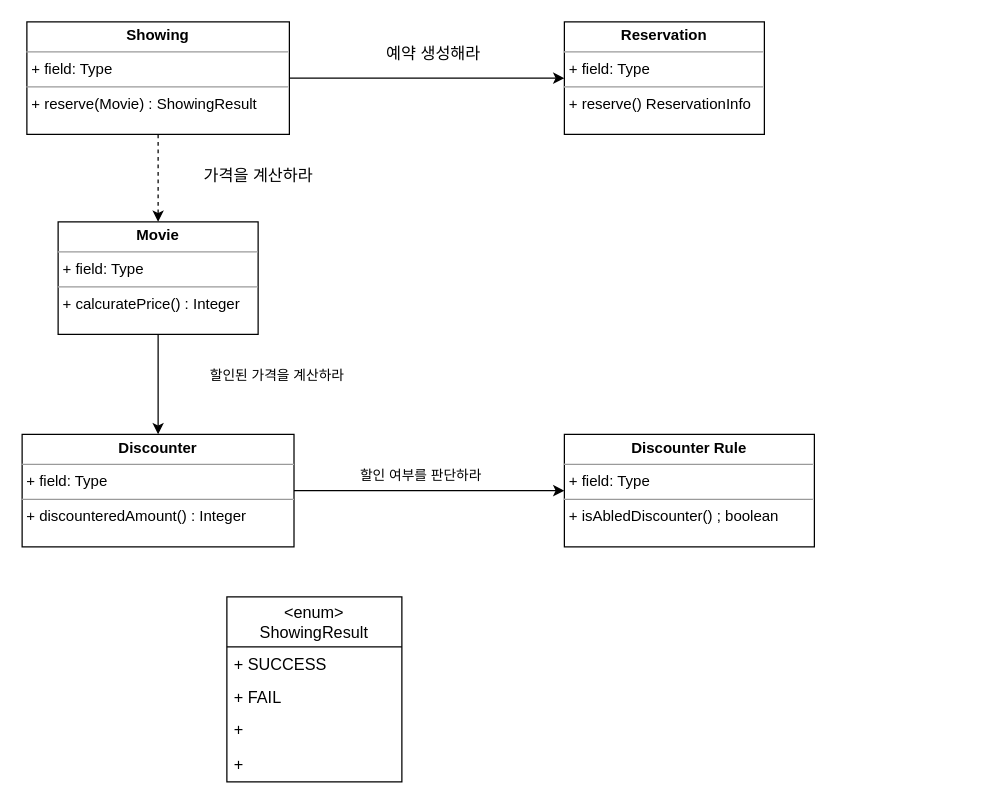
This is page "클래스 다이어그램" (1 of 2) of reservation-movie.drawio from snowlight-aemt/movie-reservation, a draw.io file, before an edit. Source tidied: cells renumbered, new cells numbered last; positions are measured from the earlier drawing's top-left corner, leaving out a move shared by most shapes. Both pictures are drawn from the tidied source at 125%, with x=0, y=0 at pixel (21, 21).
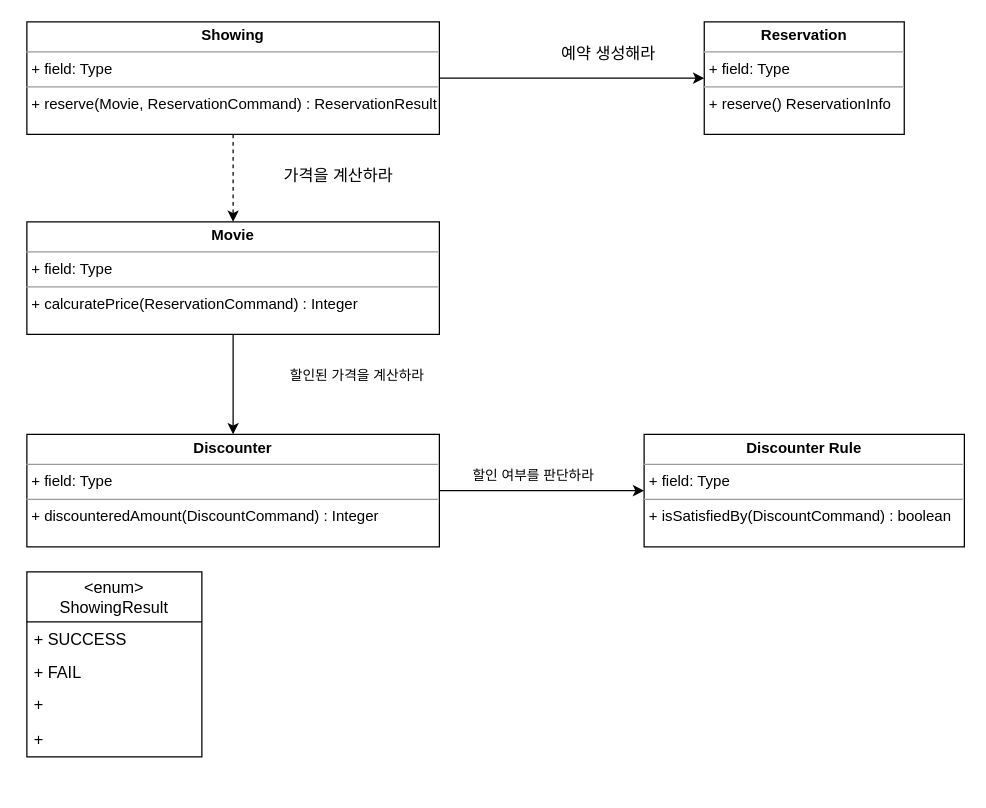
The same page after the edit.

Change to the diagram source:
```diff
@@
 <mxGraphModel>
   <root>
     <mxCell id="0" />
     <mxCell id="1" parent="0" />
     <mxCell id="2" style="edgeStyle=orthogonalEdgeStyle;rounded=0;jettySize=auto;html=1;" parent="1" edge="1" source="4" target="5">
       <mxGeometry relative="1" as="geometry" />
     </mxCell>
     <mxCell id="3" style="edgeStyle=orthogonalEdgeStyle;rounded=0;jettySize=auto;html=1;dashed=1;" parent="1" edge="1" source="4" target="7">
       <mxGeometry relative="1" as="geometry" />
     </mxCell>
-    <mxCell id="4" value="&lt;p style=&quot;margin:0px;margin-top:4px;text-align:center;&quot;&gt;&lt;b&gt;Showing&lt;/b&gt;&lt;/p&gt;&lt;hr size=&quot;1&quot;&gt;&lt;p style=&quot;margin:0px;margin-left:4px;&quot;&gt;+ field: Type&lt;/p&gt;&lt;hr size=&quot;1&quot;&gt;&lt;p style=&quot;margin:0px;margin-left:4px;&quot;&gt;+ reserve(Movie) : ShowingResult&lt;/p&gt;" style="verticalAlign=top;align=left;overflow=fill;fontSize=12;fontFamily=Helvetica;html=1;whiteSpace=wrap;" parent="1" vertex="1">
-      <mxGeometry x="4" width="210" height="90" as="geometry" />
+    <mxCell id="4" value="&lt;p style=&quot;margin:0px;margin-top:4px;text-align:center;&quot;&gt;&lt;b&gt;Showing&lt;/b&gt;&lt;/p&gt;&lt;hr size=&quot;1&quot;&gt;&lt;p style=&quot;margin:0px;margin-left:4px;&quot;&gt;+ field: Type&lt;/p&gt;&lt;hr size=&quot;1&quot;&gt;&lt;p style=&quot;margin:0px;margin-left:4px;&quot;&gt;+ reserve(Movie, ReservationCommand) : ReservationResult&lt;/p&gt;" style="verticalAlign=top;align=left;overflow=fill;fontSize=12;fontFamily=Helvetica;html=1;whiteSpace=wrap;" parent="1" vertex="1">
+      <mxGeometry x="4" width="330" height="90" as="geometry" />
     </mxCell>
     <mxCell id="5" value="&lt;p style=&quot;margin:0px;margin-top:4px;text-align:center;&quot;&gt;&lt;b&gt;Reservation&lt;/b&gt;&lt;/p&gt;&lt;hr size=&quot;1&quot;&gt;&lt;p style=&quot;margin:0px;margin-left:4px;&quot;&gt;+ field: Type&lt;/p&gt;&lt;hr size=&quot;1&quot;&gt;&lt;p style=&quot;margin:0px;margin-left:4px;&quot;&gt;+ reserve() ReservationInfo&lt;/p&gt;" style="verticalAlign=top;align=left;overflow=fill;fontSize=12;fontFamily=Helvetica;html=1;whiteSpace=wrap;" parent="1" vertex="1">
-      <mxGeometry x="434" width="160" height="90" as="geometry" />
+      <mxGeometry x="545.9" width="160" height="90" as="geometry" />
     </mxCell>
     <mxCell id="6" style="edgeStyle=orthogonalEdgeStyle;rounded=0;jettySize=auto;html=1;" parent="1" edge="1" source="7" target="9">
       <mxGeometry relative="1" as="geometry" />
     </mxCell>
-    <mxCell id="7" value="&lt;p style=&quot;margin:0px;margin-top:4px;text-align:center;&quot;&gt;&lt;b&gt;Movie&lt;/b&gt;&lt;/p&gt;&lt;hr size=&quot;1&quot;&gt;&lt;p style=&quot;margin:0px;margin-left:4px;&quot;&gt;+ field: Type&lt;/p&gt;&lt;hr size=&quot;1&quot;&gt;&lt;p style=&quot;margin:0px;margin-left:4px;&quot;&gt;+ calcuratePrice() : Integer&lt;/p&gt;" style="verticalAlign=top;align=left;overflow=fill;fontSize=12;fontFamily=Helvetica;html=1;whiteSpace=wrap;" parent="1" vertex="1">
-      <mxGeometry x="29" y="160" width="160" height="90" as="geometry" />
+    <mxCell id="7" value="&lt;p style=&quot;margin:0px;margin-top:4px;text-align:center;&quot;&gt;&lt;b&gt;Movie&lt;/b&gt;&lt;/p&gt;&lt;hr size=&quot;1&quot;&gt;&lt;p style=&quot;margin:0px;margin-left:4px;&quot;&gt;+ field: Type&lt;/p&gt;&lt;hr size=&quot;1&quot;&gt;&lt;p style=&quot;margin:0px;margin-left:4px;&quot;&gt;+ calcuratePrice(ReservationCommand) : Integer&lt;/p&gt;" style="verticalAlign=top;align=left;overflow=fill;fontSize=12;fontFamily=Helvetica;html=1;whiteSpace=wrap;" parent="1" vertex="1">
+      <mxGeometry x="4" y="160" width="330" height="90" as="geometry" />
     </mxCell>
     <mxCell id="8" style="edgeStyle=orthogonalEdgeStyle;rounded=0;jettySize=auto;html=1;" parent="1" edge="1" source="9" target="10">
       <mxGeometry relative="1" as="geometry" />
     </mxCell>
-    <mxCell id="9" value="&lt;p style=&quot;margin:0px;margin-top:4px;text-align:center;&quot;&gt;&lt;b&gt;Discounter&lt;/b&gt;&lt;/p&gt;&lt;hr size=&quot;1&quot;&gt;&lt;p style=&quot;margin:0px;margin-left:4px;&quot;&gt;+ field: Type&lt;/p&gt;&lt;hr size=&quot;1&quot;&gt;&lt;p style=&quot;margin:0px;margin-left:4px;&quot;&gt;+ discounteredAmount&lt;span style=&quot;background-color: initial;&quot;&gt;() : Integer&lt;/span&gt;&lt;/p&gt;" style="verticalAlign=top;align=left;overflow=fill;fontSize=12;fontFamily=Helvetica;html=1;whiteSpace=wrap;" parent="1" vertex="1">
-      <mxGeometry x="0.2" y="330" width="217.5" height="90" as="geometry" />
+    <mxCell id="9" value="&lt;p style=&quot;margin:0px;margin-top:4px;text-align:center;&quot;&gt;&lt;b&gt;Discounter&lt;/b&gt;&lt;/p&gt;&lt;hr size=&quot;1&quot;&gt;&lt;p style=&quot;margin:0px;margin-left:4px;&quot;&gt;+ field: Type&lt;/p&gt;&lt;hr size=&quot;1&quot;&gt;&lt;p style=&quot;margin:0px;margin-left:4px;&quot;&gt;+ discounteredAmount&lt;span style=&quot;background-color: initial;&quot;&gt;(DiscountCommand) : Integer&lt;/span&gt;&lt;/p&gt;" style="verticalAlign=top;align=left;overflow=fill;fontSize=12;fontFamily=Helvetica;html=1;whiteSpace=wrap;" parent="1" vertex="1">
+      <mxGeometry x="4" y="330" width="330" height="90" as="geometry" />
     </mxCell>
-    <mxCell id="10" value="&lt;p style=&quot;margin:0px;margin-top:4px;text-align:center;&quot;&gt;&lt;b&gt;Discounter Rule&lt;/b&gt;&lt;/p&gt;&lt;hr size=&quot;1&quot;&gt;&lt;p style=&quot;margin:0px;margin-left:4px;&quot;&gt;+ field: Type&lt;/p&gt;&lt;hr size=&quot;1&quot;&gt;&lt;p style=&quot;margin:0px;margin-left:4px;&quot;&gt;+ isAbledDiscounter() ; boolean&lt;/p&gt;" style="verticalAlign=top;align=left;overflow=fill;fontSize=12;fontFamily=Helvetica;html=1;whiteSpace=wrap;" parent="1" vertex="1">
-      <mxGeometry x="434" y="330" width="200" height="90" as="geometry" />
+    <mxCell id="10" value="&lt;p style=&quot;margin:0px;margin-top:4px;text-align:center;&quot;&gt;&lt;b&gt;Discounter Rule&lt;/b&gt;&lt;/p&gt;&lt;hr size=&quot;1&quot;&gt;&lt;p style=&quot;margin:0px;margin-left:4px;&quot;&gt;+ field: Type&lt;/p&gt;&lt;hr size=&quot;1&quot;&gt;&lt;p style=&quot;margin:0px;margin-left:4px;&quot;&gt;+ isSatisfiedBy(DiscountCommand) : boolean&lt;/p&gt;" style="verticalAlign=top;align=left;overflow=fill;fontSize=12;fontFamily=Helvetica;html=1;whiteSpace=wrap;" parent="1" vertex="1">
+      <mxGeometry x="497.8" y="330" width="256.2" height="90" as="geometry" />
     </mxCell>
     <mxCell id="11" value="&lt;font style=&quot;font-size: 13px;&quot;&gt;예약 생성해라&lt;/font&gt;" style="text;html=1;align=center;verticalAlign=middle;strokeColor=none;fillColor=none;fontSize=11;fontFamily=Helvetica;fontColor=default;" parent="1" vertex="1">
-      <mxGeometry x="284" y="10" width="90" height="30" as="geometry" />
+      <mxGeometry x="424" y="10" width="90" height="30" as="geometry" />
     </mxCell>
     <mxCell id="12" value="&lt;font style=&quot;font-size: 13px;&quot;&gt;가격을 계산하라&lt;/font&gt;" style="text;html=1;align=center;verticalAlign=middle;strokeColor=none;fillColor=none;fontSize=11;fontFamily=Helvetica;fontColor=default;" parent="1" vertex="1">
-      <mxGeometry x="134" y="108" width="110" height="30" as="geometry" />
+      <mxGeometry x="197.8" y="108" width="110" height="30" as="geometry" />
     </mxCell>
     <mxCell id="13" value="할인된 가격을 계산하라" style="text;html=1;align=center;verticalAlign=middle;strokeColor=none;fillColor=none;fontSize=11;fontFamily=Helvetica;fontColor=default;" parent="1" vertex="1">
-      <mxGeometry x="134" y="268" width="140" height="30" as="geometry" />
+      <mxGeometry x="197.8" y="268" width="140" height="30" as="geometry" />
     </mxCell>
     <mxCell id="14" value="할인 여부를 판단하라" style="text;html=1;align=center;verticalAlign=middle;strokeColor=none;fillColor=none;fontSize=11;fontFamily=Helvetica;fontColor=default;" parent="1" vertex="1">
-      <mxGeometry x="254" y="348" width="130" height="30" as="geometry" />
+      <mxGeometry x="344" y="348" width="130" height="30" as="geometry" />
     </mxCell>
     <mxCell id="15" value="&lt;enum&gt;&#10;ShowingResult" style="swimlane;fontStyle=0;horizontal=1;startSize=40;fillColor=none;fontSize=13;" parent="1" vertex="1">
-      <mxGeometry x="164" y="460" width="140" height="148" as="geometry" />
+      <mxGeometry x="4" y="440" width="140" height="148" as="geometry" />
     </mxCell>
     <mxCell id="16" value="+ SUCCESS" style="text;strokeColor=none;fillColor=none;align=left;verticalAlign=top;spacingLeft=4;spacingRight=4;overflow=hidden;fontSize=13;" parent="15" vertex="1">
       <mxGeometry y="40" width="140" height="26" as="geometry" />
     </mxCell>
     <mxCell id="17" value="+ FAIL" style="text;strokeColor=none;fillColor=none;align=left;verticalAlign=top;spacingLeft=4;spacingRight=4;overflow=hidden;fontSize=13;" parent="15" vertex="1">
       <mxGeometry y="66" width="140" height="26" as="geometry" />
     </mxCell>
     <mxCell id="18" value="+ &#10;" style="text;strokeColor=none;fillColor=none;align=left;verticalAlign=top;spacingLeft=4;spacingRight=4;overflow=hidden;fontSize=13;" parent="15" vertex="1">
       <mxGeometry y="92" width="140" height="28" as="geometry" />
     </mxCell>
     <mxCell id="19" value="+ &#10;" style="text;strokeColor=none;fillColor=none;align=left;verticalAlign=top;spacingLeft=4;spacingRight=4;overflow=hidden;fontSize=13;" parent="15" vertex="1">
       <mxGeometry y="120" width="140" height="28" as="geometry" />
     </mxCell>
   </root>
 </mxGraphModel>
```
